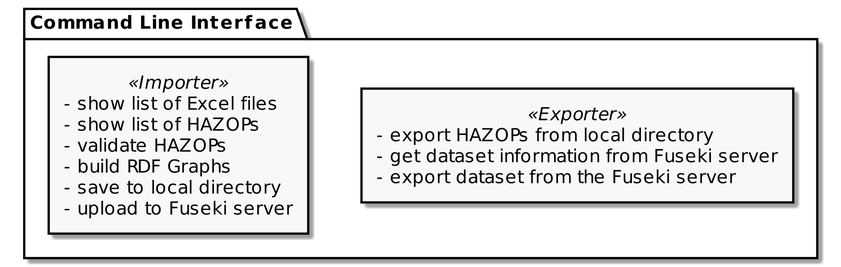
dmytkost/HAZOP2RDF keeps this PlantUML diagram as docs/plantuml/cli_design.png. Above is the earlier version.
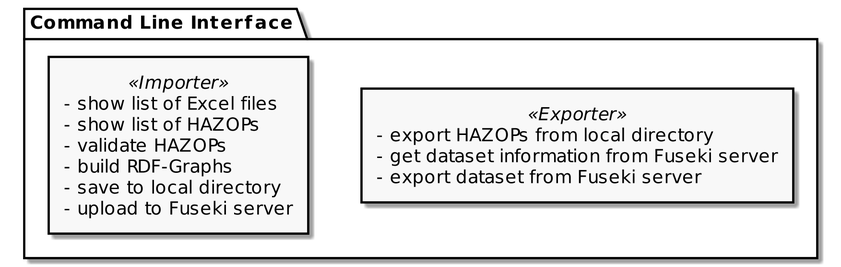
Above is the later version.

Commit message:
Docs: minor text update in concept, update size of the images to nicely fit the layout, some minot PlantUML update

The edit, as a diff of the source:
```diff
@@ -4,7 +4,7 @@
 skinparam defaultFontSize 12
 
 package "Command Line Interface" {
-  rectangle "- export HAZOPs from local directory\n- get dataset information from Fuseki server\n- export dataset from the Fuseki server" << Exporter >>
-  rectangle "- show list of Excel files\n- show list of HAZOPs\n- validate HAZOPs\n- build RDF Graphs\n- save to local directory\n- upload to Fuseki server" << Importer >>
+  rectangle "- export HAZOPs from local directory\n- get dataset information from Fuseki server\n- export dataset from Fuseki server" << Exporter >>
+  rectangle "- show list of Excel files\n- show list of HAZOPs\n- validate HAZOPs\n- build RDF-Graphs\n- save to local directory\n- upload to Fuseki server" << Importer >>
 }
 @enduml
```
